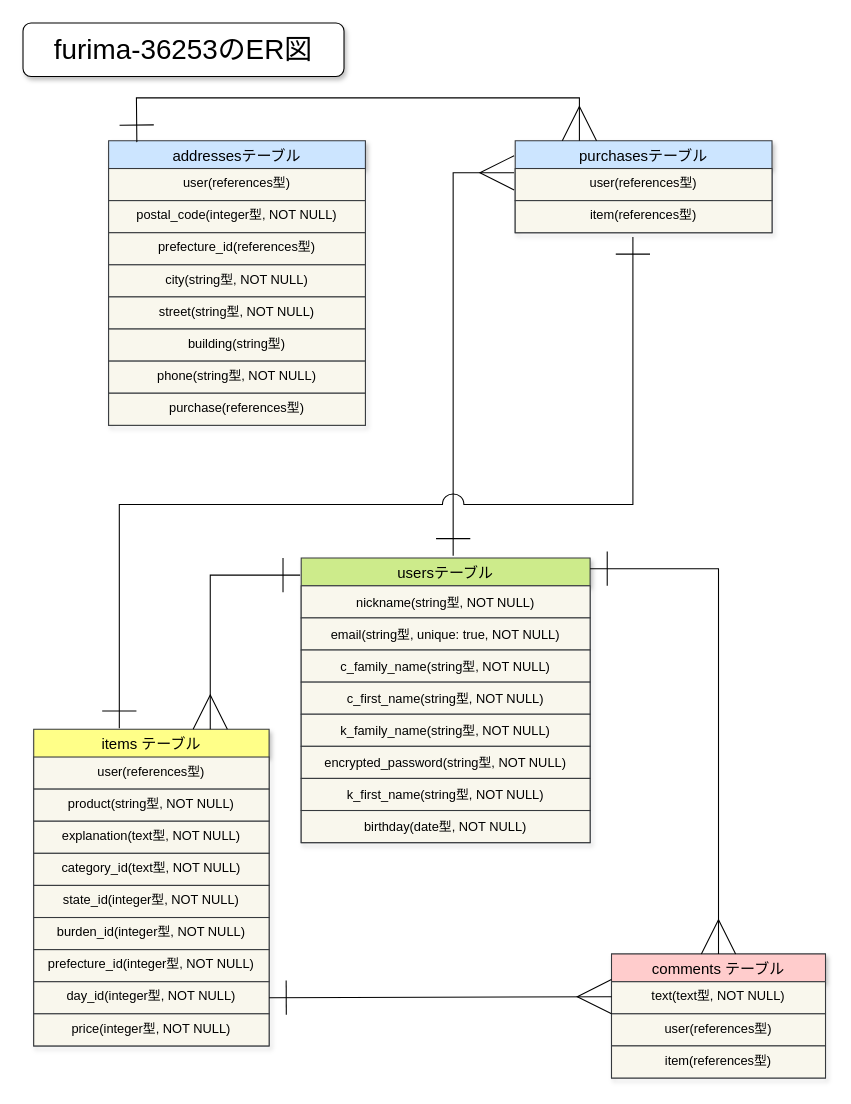
The draw.io diagram furima-36253.dio in oisiibutaniku/furima-36253, before the edit. Source tidied: cells renumbered, new cells numbered last; positions are measured from the earlier drawing's top-left corner, leaving out a move shared by most shapes. Both pictures are drawn from the tidied source at 107%, with x=0, y=0 at pixel (22, 22).
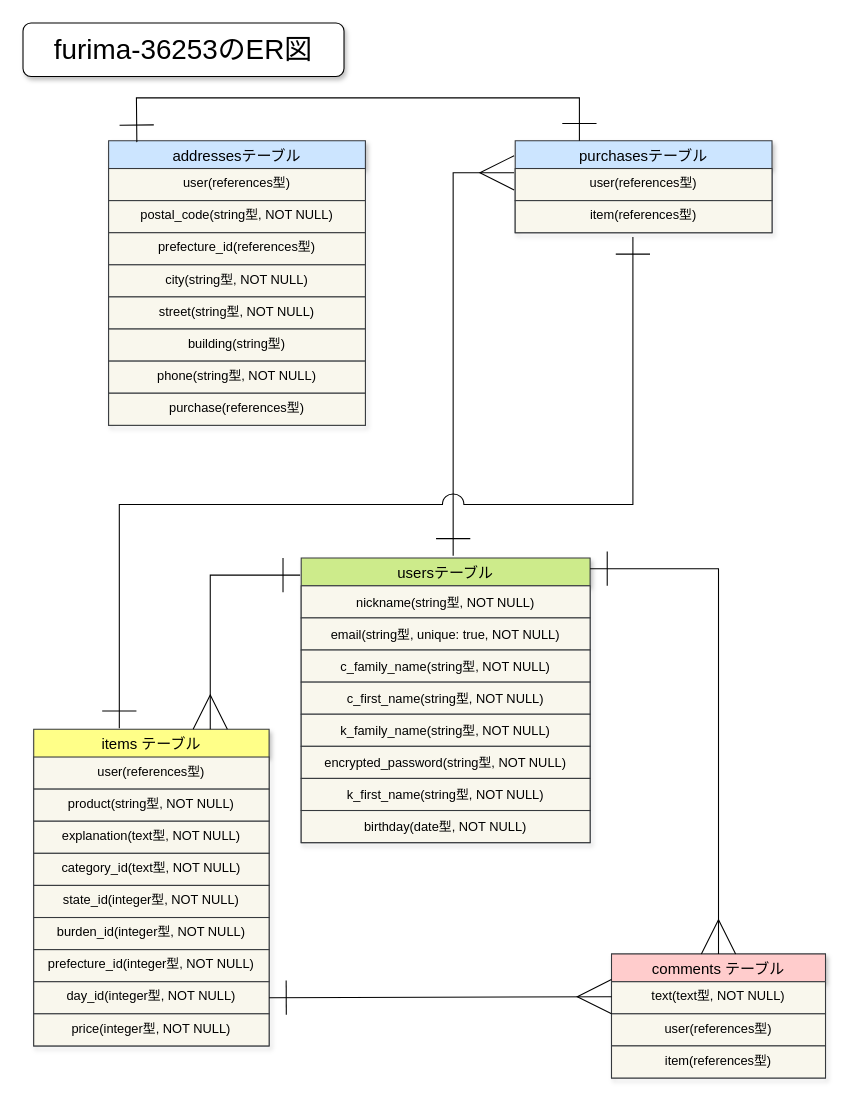
After the change.

Unchanged cells that the change refers to:
```xml
<mxCell id="25" value="addressesテーブル" style="swimlane;fontStyle=0;horizontal=1;startSize=26;align=center;fontSize=14;fillColor=#cce5ff;strokeColor=#36393d;shadow=1;" parent="1" vertex="1">
  <mxGeometry x="80" y="110" width="240" height="266" as="geometry" />
</mxCell>
<mxCell id="39" value="purchasesテーブル" style="swimlane;fontStyle=0;horizontal=1;startSize=26;align=center;fontSize=14;fillColor=#cce5ff;strokeColor=#36393d;shadow=1;" parent="1" vertex="1">
  <mxGeometry x="460" y="110" width="240" height="86" as="geometry" />
</mxCell>
```

What changed in the source:
```diff
@@
-    <mxCell id="27" value="postal_code(integer型, NOT NULL)" style="text;spacingLeft=4;spacingRight=4;overflow=hidden;fontSize=12;align=center;fillColor=#f9f7ed;strokeColor=#36393d;" parent="25" vertex="1">
+    <mxCell id="27" value="postal_code(string型, NOT NULL)" style="text;spacingLeft=4;spacingRight=4;overflow=hidden;fontSize=12;align=center;fillColor=#f9f7ed;strokeColor=#36393d;" parent="25" vertex="1">
       <mxGeometry y="56" width="240" height="30" as="geometry" />
     </mxCell>
@@
-    <mxCell id="46" style="endArrow=ERmany;html=1;rounded=0;startSize=30;endSize=30;endFill=0;startArrow=ERone;startFill=0;entryX=0.25;entryY=0;entryDx=0;entryDy=0;exitX=0.11;exitY=0.005;exitDx=0;exitDy=0;exitPerimeter=0;" parent="1" edge="1" source="25" target="39">
+    <mxCell id="46" style="endArrow=ERone;html=1;rounded=0;startSize=30;endSize=30;endFill=0;startArrow=ERone;startFill=0;entryX=0.25;entryY=0;entryDx=0;entryDy=0;exitX=0.11;exitY=0.005;exitDx=0;exitDy=0;exitPerimeter=0;" parent="1" edge="1" source="25" target="39">
       <mxGeometry relative="1" as="geometry">
         <Array as="points">
           <mxPoint x="106" y="70" />
           <mxPoint x="520" y="70" />
         </Array>
       </mxGeometry>
     </mxCell>
```
